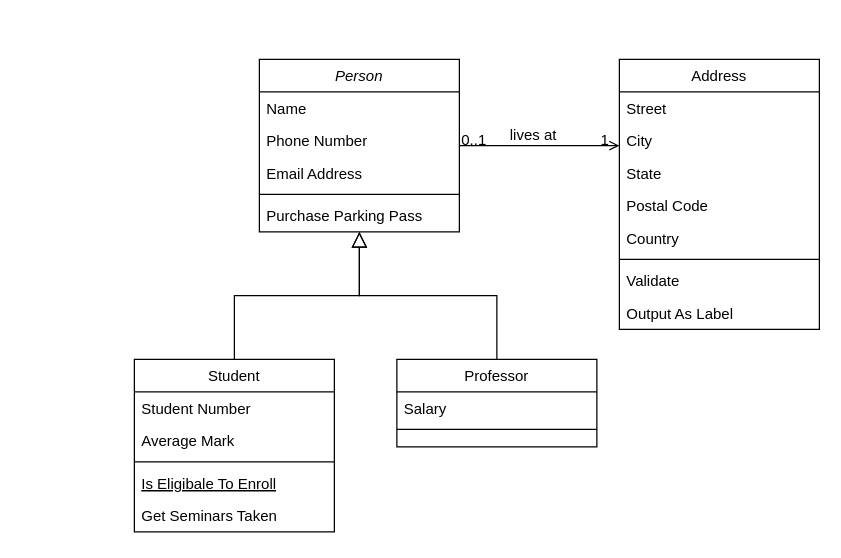
leinuo2016/images keeps this draw.io diagram as 未命名绘图.drawio. Above is the earlier version. Source tidied: cells renumbered, new cells numbered last; positions are measured from the earlier drawing's top-left corner, leaving out a move shared by most shapes. Both pictures are drawn from the tidied source at 125%, with x=0, y=0 at pixel (134, 59).
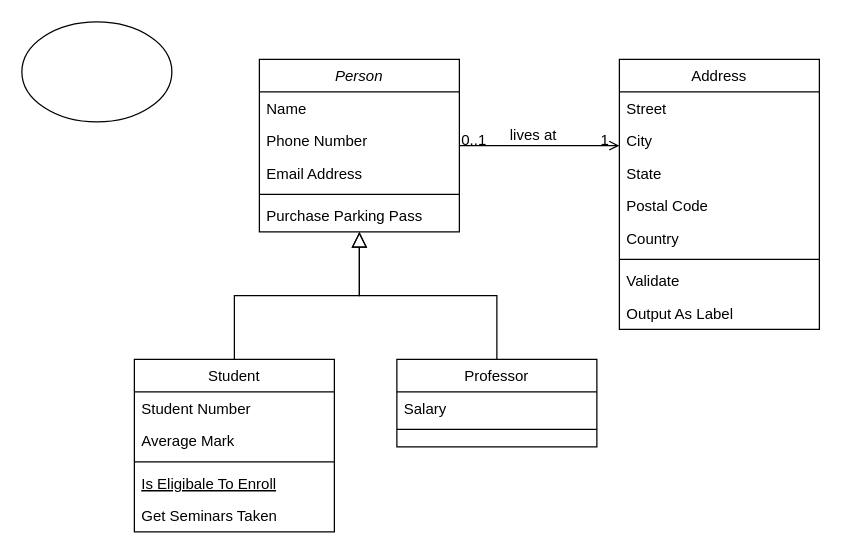
The same diagram, later.

Commit message:
更新未命名绘图.drawio

Diff of the diagram source:
```diff
@@
+    <mxCell id="32" style="ellipse;whiteSpace=wrap;html=1;" parent="1" vertex="1">
+      <mxGeometry x="-90" y="-30" width="120" height="80" as="geometry" />
+    </mxCell>
```
